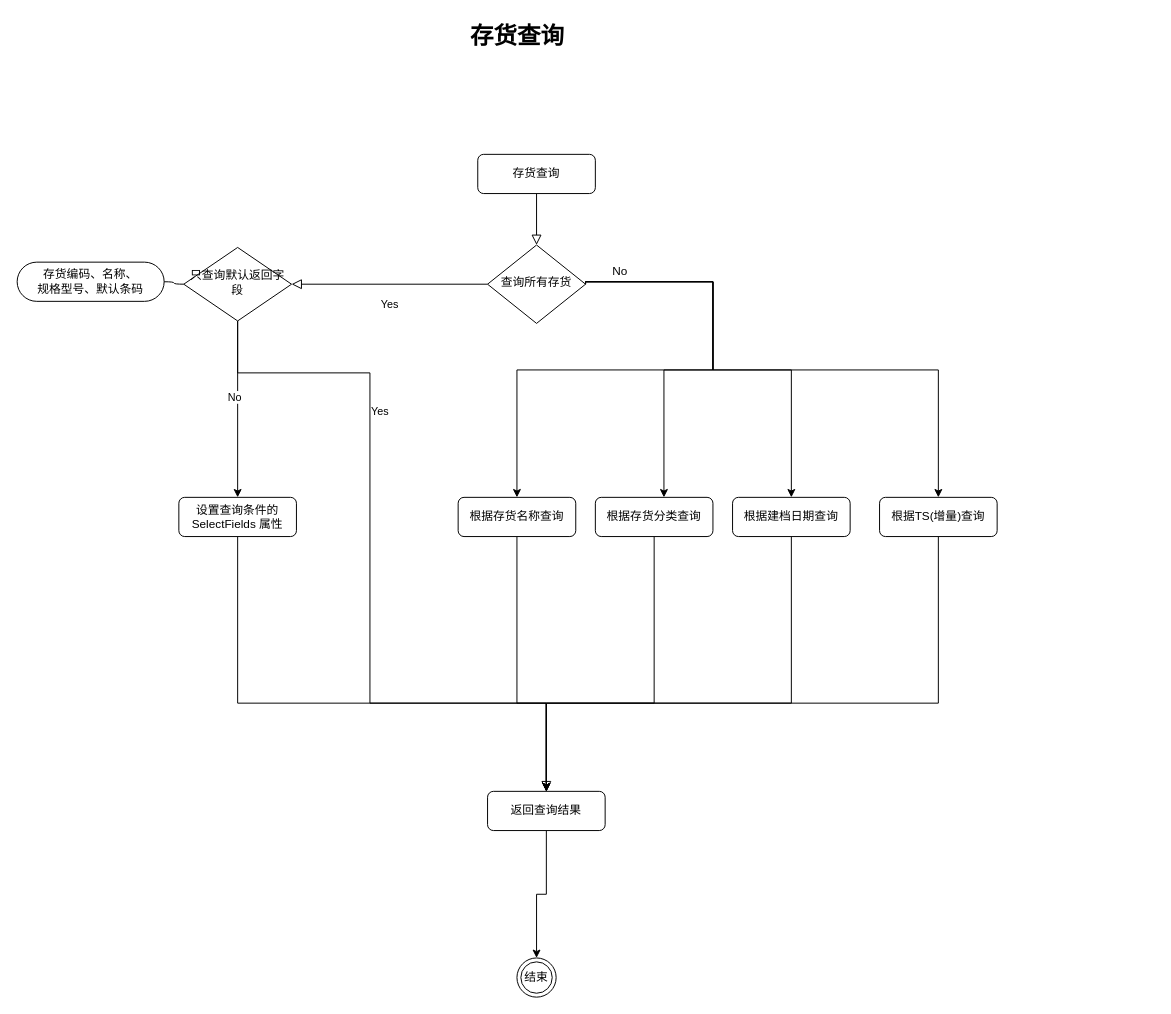
Above: Untitled Diagram.drawio in liuoomei/doc (draw.io), before the change. Source tidied: cells renumbered, new cells numbered last; positions are measured from the earlier drawing's top-left corner, leaving out a move shared by most shapes. Both pictures are drawn from the tidied source at 98%, with x=0, y=0 at pixel (17, 17).
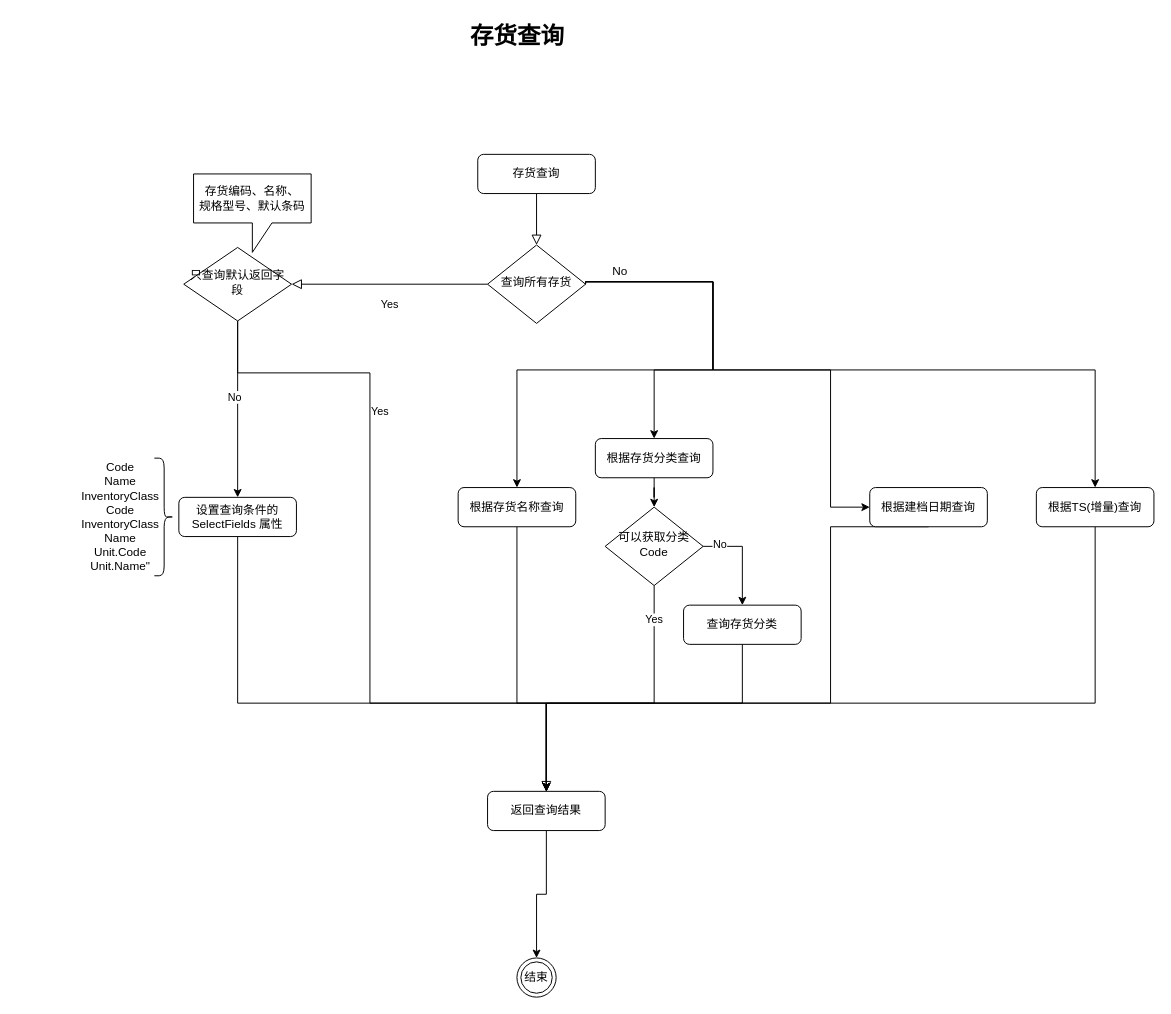
The same diagram, later.

Commit message:
存货查询流程图1.27.drawio

The change refers to these unchanged cells:
```xml
<mxCell id="10" value="查询所有存货" style="rhombus;whiteSpace=wrap;html=1;shadow=0;fontFamily=Helvetica;fontSize=12;align=center;strokeWidth=1;spacing=6;spacingTop=-4;" parent="1" vertex="1">
  <mxGeometry x="480" y="232.5" width="100" height="80" as="geometry" />
</mxCell>
<mxCell id="14" value="只查询默认返回字段" style="rhombus;whiteSpace=wrap;html=1;shadow=0;fontFamily=Helvetica;fontSize=12;align=center;strokeWidth=1;spacing=6;spacingTop=-4;" parent="1" vertex="1">
  <mxGeometry x="170" y="235" width="110" height="75" as="geometry" />
</mxCell>
<mxCell id="18" value="返回查询结果" style="rounded=1;whiteSpace=wrap;html=1;fontSize=12;glass=0;strokeWidth=1;shadow=0;" parent="1" vertex="1">
  <mxGeometry x="480" y="790" width="120" height="40" as="geometry" />
</mxCell>
```

What changed in the source:
```diff
@@
-    <mxCell id="5" style="edgeStyle=orthogonalEdgeStyle;rounded=0;jettySize=auto;html=1;exitX=1;exitY=0.5;exitDx=0;exitDy=0;" parent="1" edge="1" source="10">
+    <mxCell id="5" style="edgeStyle=orthogonalEdgeStyle;rounded=0;jettySize=auto;html=1;exitX=1;exitY=0.5;exitDx=0;exitDy=0;entryX=0.5;entryY=0;entryDx=0;entryDy=0;" parent="1" edge="1" source="10" target="22">
       <mxGeometry relative="1" as="geometry">
-        <mxPoint x="660" y="490" as="targetPoint" />
         <Array as="points">
+          <mxPoint x="580" y="270" />
           <mxPoint x="710" y="270" />
           <mxPoint x="710" y="360" />
-          <mxPoint x="660" y="360" />
+          <mxPoint x="650" y="360" />
         </Array>
       </mxGeometry>
     </mxCell>
@@
     <mxCell id="8" style="edgeStyle=orthogonalEdgeStyle;rounded=0;jettySize=auto;html=1;exitX=1;exitY=0.5;exitDx=0;exitDy=0;" parent="1" edge="1" source="10" target="24">
       <mxGeometry relative="1" as="geometry">
         <Array as="points">
+          <mxPoint x="580" y="270" />
           <mxPoint x="710" y="270" />
           <mxPoint x="710" y="360" />
-          <mxPoint x="790" y="360" />
+          <mxPoint x="830" y="360" />
+          <mxPoint x="830" y="500" />
         </Array>
       </mxGeometry>
     </mxCell>
     <mxCell id="9" style="edgeStyle=orthogonalEdgeStyle;rounded=0;jettySize=auto;html=1;exitX=1;exitY=0.5;exitDx=0;exitDy=0;entryX=0.5;entryY=0;entryDx=0;entryDy=0;" parent="1" edge="1" source="10" target="26">
       <mxGeometry relative="1" as="geometry">
         <Array as="points">
+          <mxPoint x="580" y="270" />
           <mxPoint x="710" y="270" />
           <mxPoint x="710" y="360" />
-          <mxPoint x="940" y="360" />
+          <mxPoint x="1100" y="360" />
         </Array>
       </mxGeometry>
     </mxCell>
@@
+    <mxCell id="32" style="edgeStyle=orthogonalEdgeStyle;rounded=0;jettySize=auto;html=1;exitX=0.5;exitY=1;exitDx=0;exitDy=0;entryX=0.5;entryY=0;entryDx=0;entryDy=0;" parent="1" edge="1" source="36" target="18">
+      <mxGeometry relative="1" as="geometry">
+        <Array as="points">
+          <mxPoint x="650" y="700" />
+          <mxPoint x="540" y="700" />
+        </Array>
+      </mxGeometry>
+    </mxCell>
+    <mxCell id="33" value="Yes" style="edgeLabel;html=1;align=center;verticalAlign=middle;" parent="32" vertex="1">
+      <mxGeometry x="-0.79" y="-1" relative="1" as="geometry" />
+    </mxCell>
+    <mxCell id="34" style="edgeStyle=orthogonalEdgeStyle;rounded=0;jettySize=auto;html=1;exitX=1;exitY=0.5;exitDx=0;exitDy=0;" parent="1" edge="1" source="36" target="39">
+      <mxGeometry relative="1" as="geometry" />
+    </mxCell>
+    <mxCell id="35" value="No" style="edgeLabel;html=1;align=center;verticalAlign=middle;" parent="34" vertex="1">
+      <mxGeometry x="-0.69" y="3" relative="1" as="geometry" />
+    </mxCell>
+    <mxCell id="36" value="可以获取分类&lt;br&gt;Code" style="rhombus;whiteSpace=wrap;html=1;shadow=0;fontFamily=Helvetica;fontSize=12;align=center;strokeWidth=1;spacing=6;spacingTop=-4;" parent="1" vertex="1">
+      <mxGeometry x="600" y="500" width="100" height="80" as="geometry" />
+    </mxCell>
@@
     <mxCell id="20" value="根据存货名称查询" style="rounded=1;whiteSpace=wrap;html=1;fontSize=12;glass=0;strokeWidth=1;shadow=0;" parent="1" vertex="1">
-      <mxGeometry x="450" y="490" width="120" height="40" as="geometry" />
+      <mxGeometry x="450" y="480" width="120" height="40" as="geometry" />
     </mxCell>
-    <mxCell id="21" style="edgeStyle=orthogonalEdgeStyle;rounded=0;jettySize=auto;html=1;exitX=0.5;exitY=1;exitDx=0;exitDy=0;" parent="1" edge="1" source="22" target="18">
-      <mxGeometry relative="1" as="geometry">
-        <Array as="points">
-          <mxPoint x="650" y="700" />
-          <mxPoint x="540" y="700" />
-        </Array>
-      </mxGeometry>
-    </mxCell>
+    <mxCell id="37" style="edgeStyle=orthogonalEdgeStyle;rounded=0;jettySize=auto;html=1;exitX=0.5;exitY=1;exitDx=0;exitDy=0;" parent="1" edge="1" source="22" target="36">
+      <mxGeometry relative="1" as="geometry" />
+    </mxCell>
     <mxCell id="22" value="根据存货分类查询" style="rounded=1;whiteSpace=wrap;html=1;fontSize=12;glass=0;strokeWidth=1;shadow=0;" parent="1" vertex="1">
-      <mxGeometry x="590" y="490" width="120" height="40" as="geometry" />
+      <mxGeometry x="590" y="430" width="120" height="40" as="geometry" />
     </mxCell>
+    <mxCell id="38" style="edgeStyle=orthogonalEdgeStyle;rounded=0;jettySize=auto;html=1;exitX=0.5;exitY=1;exitDx=0;exitDy=0;entryX=0.5;entryY=0;entryDx=0;entryDy=0;" parent="1" edge="1" source="39" target="18">
+      <mxGeometry relative="1" as="geometry">
+        <Array as="points">
+          <mxPoint x="740" y="700" />
+          <mxPoint x="540" y="700" />
+        </Array>
+      </mxGeometry>
+    </mxCell>
+    <mxCell id="39" value="查询存货分类" style="rounded=1;whiteSpace=wrap;html=1;fontSize=12;glass=0;strokeWidth=1;shadow=0;" parent="1" vertex="1">
+      <mxGeometry x="680" y="600" width="120" height="40" as="geometry" />
+    </mxCell>
     <mxCell id="23" style="edgeStyle=orthogonalEdgeStyle;rounded=0;jettySize=auto;html=1;exitX=0.5;exitY=1;exitDx=0;exitDy=0;entryX=0.5;entryY=0;entryDx=0;entryDy=0;" parent="1" edge="1" source="24" target="18">
       <mxGeometry relative="1" as="geometry">
         <Array as="points">
-          <mxPoint x="790" y="700" />
+          <mxPoint x="830" y="520" />
+          <mxPoint x="830" y="700" />
           <mxPoint x="540" y="700" />
         </Array>
       </mxGeometry>
     </mxCell>
     <mxCell id="24" value="根据建档日期查询" style="rounded=1;whiteSpace=wrap;html=1;fontSize=12;glass=0;strokeWidth=1;shadow=0;" parent="1" vertex="1">
-      <mxGeometry x="730" y="490" width="120" height="40" as="geometry" />
+      <mxGeometry x="870" y="480" width="120" height="40" as="geometry" />
     </mxCell>
     <mxCell id="25" style="edgeStyle=orthogonalEdgeStyle;rounded=0;jettySize=auto;html=1;exitX=0.5;exitY=1;exitDx=0;exitDy=0;entryX=0.5;entryY=0;entryDx=0;entryDy=0;" parent="1" edge="1" source="26" target="18">
       <mxGeometry relative="1" as="geometry">
         <Array as="points">
-          <mxPoint x="940" y="700" />
+          <mxPoint x="1100" y="700" />
           <mxPoint x="540" y="700" />
         </Array>
       </mxGeometry>
     </mxCell>
     <mxCell id="26" value="根据TS(增量)查询" style="rounded=1;whiteSpace=wrap;html=1;fontSize=12;glass=0;strokeWidth=1;shadow=0;" parent="1" vertex="1">
-      <mxGeometry x="880" y="490" width="120" height="40" as="geometry" />
+      <mxGeometry x="1040" y="480" width="120" height="40" as="geometry" />
     </mxCell>
@@
+    <mxCell id="31" value="No&lt;br&gt;" style="text;html=1;align=center;verticalAlign=middle;" parent="1" vertex="1">
+      <mxGeometry x="600" y="250" width="30" height="20" as="geometry" />
+    </mxCell>
-    <mxCell id="29" value="&lt;span&gt;存货编码、名称、&lt;/span&gt;&lt;br&gt;&lt;span&gt;规格型号、默认条码&lt;/span&gt;" style="whiteSpace=wrap;html=1;rounded=1;arcSize=50;align=center;verticalAlign=middle;strokeWidth=1;spacing=4;newEdgeStyle={&quot;edgeStyle&quot;:&quot;entityRelationEdgeStyle&quot;,&quot;startArrow&quot;:&quot;none&quot;,&quot;endArrow&quot;:&quot;none&quot;,&quot;segment&quot;:10,&quot;curved&quot;:1};" parent="1" vertex="1">
-      <mxGeometry y="250" width="150" height="40" as="geometry" />
+    <mxCell id="29" value="&lt;span&gt;存货编码、名称、&lt;/span&gt;&lt;br&gt;&lt;span&gt;规格型号、默认条码&lt;/span&gt;" style="shape=callout;whiteSpace=wrap;html=1;perimeter=calloutPerimeter;" parent="1" vertex="1">
+      <mxGeometry x="180" y="160" width="120" height="80" as="geometry" />
     </mxCell>
-    <mxCell id="30" style="edgeStyle=entityRelationEdgeStyle;startArrow=none;endArrow=none;segment=10;curved=1;" parent="1" edge="1" source="14" target="29">
-      <mxGeometry relative="1" as="geometry" />
-    </mxCell>
-    <mxCell id="31" value="No&lt;br&gt;" style="text;html=1;align=center;verticalAlign=middle;" parent="1" vertex="1">
-      <mxGeometry x="600" y="250" width="30" height="20" as="geometry" />
-    </mxCell>
+    <mxCell id="40" style="shape=curlyBracket;whiteSpace=wrap;html=1;rounded=1;size=0.5;rotation=-90;direction=north;" parent="1" vertex="1">
+      <mxGeometry x="90" y="500" width="120" height="20" as="geometry" />
+    </mxCell>
+    <mxCell id="41" value="Code&lt;br&gt;Name&lt;br&gt;InventoryClass&lt;br&gt;Code&lt;br&gt;InventoryClass&lt;br&gt;Name&lt;br&gt;Unit.Code&lt;br&gt;Unit.Name&quot;" style="text;html=1;align=center;verticalAlign=middle;" parent="1" vertex="1">
+      <mxGeometry x="60" y="450" width="90" height="120" as="geometry" />
+    </mxCell>
```
